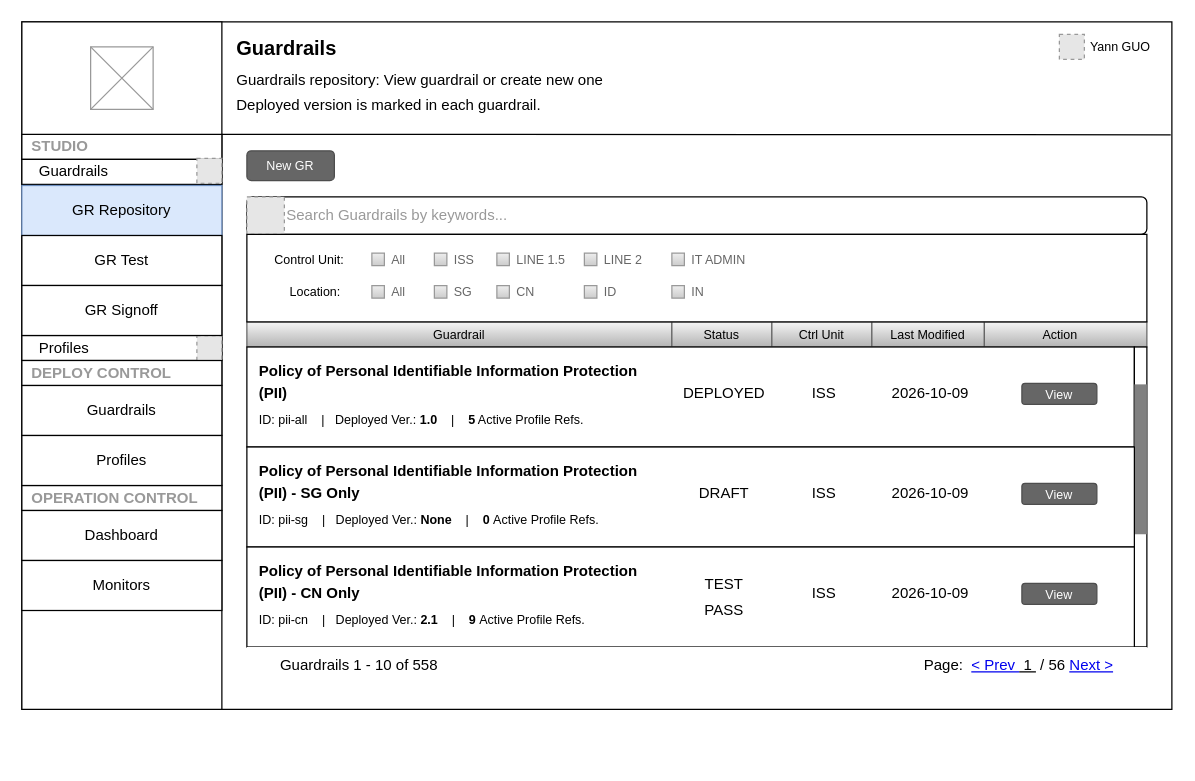
This is page "ST-GR-Index" (3 of 20) of NMGR.drawio from thinker-g/fx-drive, a draw.io file, before an edit. Source tidied: cells renumbered, new cells numbered last; positions are measured from the earlier drawing's top-left corner, leaving out a move shared by most shapes. Both pictures are drawn from the tidied source at 125%, with x=0, y=0 at pixel (21, 21). Pictures stored in the file or linked from it are replaced by grey dashed boxes.
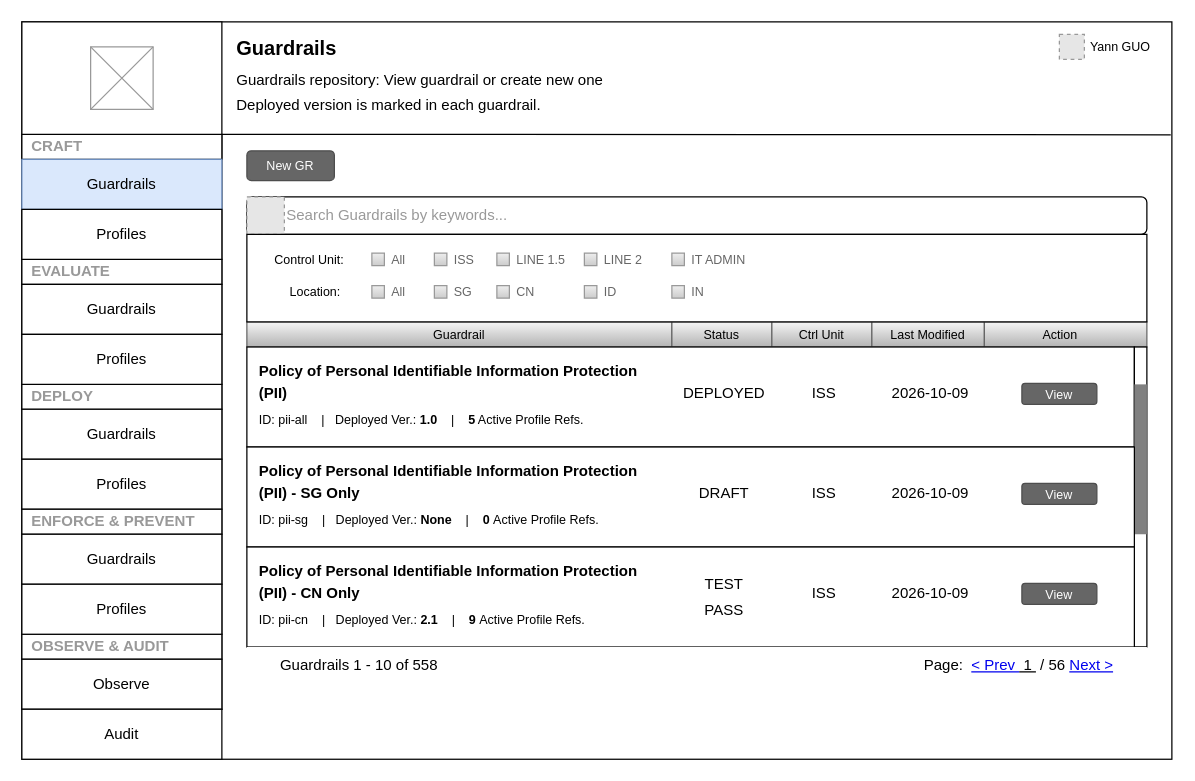
The same page after the edit.

The edit, as a diff of the source:
```diff
@@
     <mxCell id="2" style="rounded=0;whiteSpace=wrap;html=1;" parent="1" vertex="1">
-      <mxGeometry width="920" height="550" as="geometry" />
+      <mxGeometry width="920" height="589.9" as="geometry" />
     </mxCell>
@@
-    <mxCell id="62" value="STUDIO" style="rounded=0;whiteSpace=wrap;html=1;align=left;fontColor=#999999;fontStyle=1;spacingLeft=6;" parent="1" vertex="1">
-      <mxGeometry y="90" width="160" height="20" as="geometry" />
-    </mxCell>
-    <mxCell id="63" value="Guardrails" style="rounded=0;whiteSpace=wrap;html=1;align=left;spacingLeft=12;" parent="1" vertex="1">
-      <mxGeometry y="110" width="160" height="20" as="geometry" />
-    </mxCell>
-    <mxCell id="64" style="fillColor=#E6E6E6;strokeColor=#999999;dashed=1;html=1;verticalAlign=top;verticalLabelPosition=bottom;labelBackgroundColor=#ffffff;" parent="1" vertex="1">
-      <mxGeometry x="140" y="109.1" width="20" height="20" as="geometry" />
-    </mxCell>
-    <mxCell id="65" value="Profiles" style="rounded=0;whiteSpace=wrap;html=1;align=left;spacingLeft=12;" parent="1" vertex="1">
-      <mxGeometry y="250.9" width="160" height="20" as="geometry" />
-    </mxCell>
-    <mxCell id="66" style="fillColor=#E6E6E6;strokeColor=#999999;dashed=1;html=1;verticalAlign=top;verticalLabelPosition=bottom;labelBackgroundColor=#ffffff;" parent="1" vertex="1">
-      <mxGeometry x="140" y="250.9" width="20" height="20" as="geometry" />
-    </mxCell>
-    <mxCell id="67" value="GR Repository" style="rounded=0;whiteSpace=wrap;html=1;fillColor=#dae8fc;strokeColor=#6c8ebf;" parent="1" vertex="1">
-      <mxGeometry y="130.9" width="160" height="40" as="geometry" />
-    </mxCell>
-    <mxCell id="68" value="GR Test" style="rounded=0;whiteSpace=wrap;html=1;" parent="1" vertex="1">
-      <mxGeometry y="170.9" width="160" height="40" as="geometry" />
-    </mxCell>
-    <mxCell id="69" value="GR Signoff" style="rounded=0;whiteSpace=wrap;html=1;" parent="1" vertex="1">
-      <mxGeometry y="210.9" width="160" height="40" as="geometry" />
-    </mxCell>
-    <mxCell id="70" value="OPERATION CONTROL" style="rounded=0;whiteSpace=wrap;html=1;align=left;fontColor=#999999;fontStyle=1;spacingLeft=6;" parent="1" vertex="1">
-      <mxGeometry y="370.9" width="160" height="20" as="geometry" />
-    </mxCell>
-    <mxCell id="71" value="DEPLOY CONTROL" style="rounded=0;whiteSpace=wrap;html=1;align=left;fontColor=#999999;fontStyle=1;spacingLeft=6;" parent="1" vertex="1">
-      <mxGeometry y="270.9" width="160" height="20" as="geometry" />
-    </mxCell>
-    <mxCell id="72" value="Guardrails" style="rounded=0;whiteSpace=wrap;html=1;" parent="1" vertex="1">
-      <mxGeometry y="290.9" width="160" height="40" as="geometry" />
-    </mxCell>
-    <mxCell id="73" value="Profiles" style="rounded=0;whiteSpace=wrap;html=1;" parent="1" vertex="1">
-      <mxGeometry y="330.9" width="160" height="40" as="geometry" />
-    </mxCell>
-    <mxCell id="74" value="Dashboard" style="rounded=0;whiteSpace=wrap;html=1;" parent="1" vertex="1">
-      <mxGeometry y="390.9" width="160" height="40" as="geometry" />
-    </mxCell>
-    <mxCell id="75" value="Monitors" style="rounded=0;whiteSpace=wrap;html=1;" parent="1" vertex="1">
-      <mxGeometry y="430.9" width="160" height="40" as="geometry" />
-    </mxCell>
+    <mxCell id="76" value="CRAFT" style="rounded=0;whiteSpace=wrap;html=1;align=left;fontColor=#999999;fontStyle=1;spacingLeft=6;" parent="1" vertex="1">
+      <mxGeometry y="90" width="160" height="20" as="geometry" />
+    </mxCell>
+    <mxCell id="77" value="DEPLOY" style="rounded=0;whiteSpace=wrap;html=1;align=left;fontColor=#999999;fontStyle=1;spacingLeft=6;" parent="1" vertex="1">
+      <mxGeometry y="290" width="160" height="20" as="geometry" />
+    </mxCell>
+    <mxCell id="78" value="Guardrails" style="rounded=0;whiteSpace=wrap;html=1;fillColor=#dae8fc;strokeColor=#6c8ebf;" parent="1" vertex="1">
+      <mxGeometry y="110" width="160" height="40" as="geometry" />
+    </mxCell>
+    <mxCell id="79" value="EVALUATE" style="rounded=0;whiteSpace=wrap;html=1;align=left;fontColor=#999999;fontStyle=1;spacingLeft=6;" parent="1" vertex="1">
+      <mxGeometry y="190" width="160" height="20" as="geometry" />
+    </mxCell>
+    <mxCell id="80" value="Guardrails" style="rounded=0;whiteSpace=wrap;html=1;" parent="1" vertex="1">
+      <mxGeometry y="210" width="160" height="40" as="geometry" />
+    </mxCell>
+    <mxCell id="81" value="Guardrails" style="rounded=0;whiteSpace=wrap;html=1;" parent="1" vertex="1">
+      <mxGeometry y="309.9" width="160" height="40" as="geometry" />
+    </mxCell>
+    <mxCell id="82" value="Profiles" style="rounded=0;whiteSpace=wrap;html=1;" parent="1" vertex="1">
+      <mxGeometry y="349.9" width="160" height="40" as="geometry" />
+    </mxCell>
+    <mxCell id="83" value="Profiles" style="rounded=0;whiteSpace=wrap;html=1;" parent="1" vertex="1">
+      <mxGeometry y="150" width="160" height="40" as="geometry" />
+    </mxCell>
+    <mxCell id="84" value="Profiles" style="rounded=0;whiteSpace=wrap;html=1;" parent="1" vertex="1">
+      <mxGeometry y="250" width="160" height="40" as="geometry" />
+    </mxCell>
+    <mxCell id="85" value="ENFORCE &amp;amp; PREVENT" style="rounded=0;whiteSpace=wrap;html=1;align=left;fontColor=#999999;fontStyle=1;spacingLeft=6;" parent="1" vertex="1">
+      <mxGeometry y="389.9" width="160" height="20" as="geometry" />
+    </mxCell>
+    <mxCell id="86" value="OBSERVE &amp;amp; AUDIT" style="rounded=0;whiteSpace=wrap;html=1;align=left;fontColor=#999999;fontStyle=1;spacingLeft=6;" parent="1" vertex="1">
+      <mxGeometry y="489.9" width="160" height="20" as="geometry" />
+    </mxCell>
+    <mxCell id="87" value="Guardrails" style="rounded=0;whiteSpace=wrap;html=1;" parent="1" vertex="1">
+      <mxGeometry y="409.9" width="160" height="40" as="geometry" />
+    </mxCell>
+    <mxCell id="88" value="Profiles" style="rounded=0;whiteSpace=wrap;html=1;" parent="1" vertex="1">
+      <mxGeometry y="449.9" width="160" height="40" as="geometry" />
+    </mxCell>
+    <mxCell id="89" value="Observe" style="rounded=0;whiteSpace=wrap;html=1;" parent="1" vertex="1">
+      <mxGeometry y="509.9" width="160" height="40" as="geometry" />
+    </mxCell>
+    <mxCell id="90" value="Audit" style="rounded=0;whiteSpace=wrap;html=1;" parent="1" vertex="1">
+      <mxGeometry y="549.9" width="160" height="40" as="geometry" />
+    </mxCell>
```
